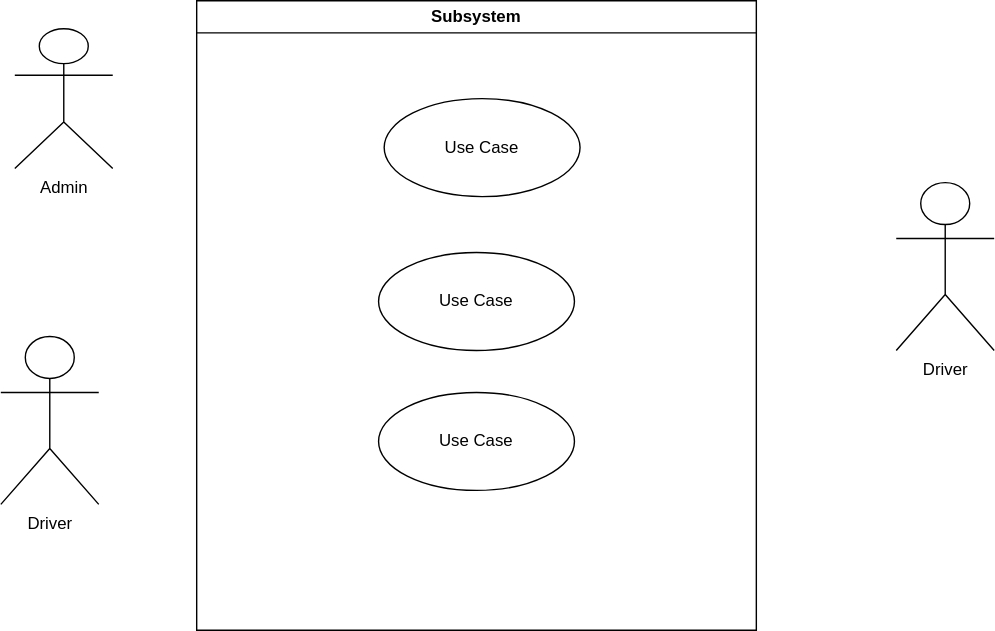
Earlier version of the draw.io export Untitled Diagram.drawio.svg (Iam1ronman/Demo). Source tidied: cells renumbered, new cells last; positions are measured from the earlier drawing's top-left corner, leaving out a move shared by most shapes.
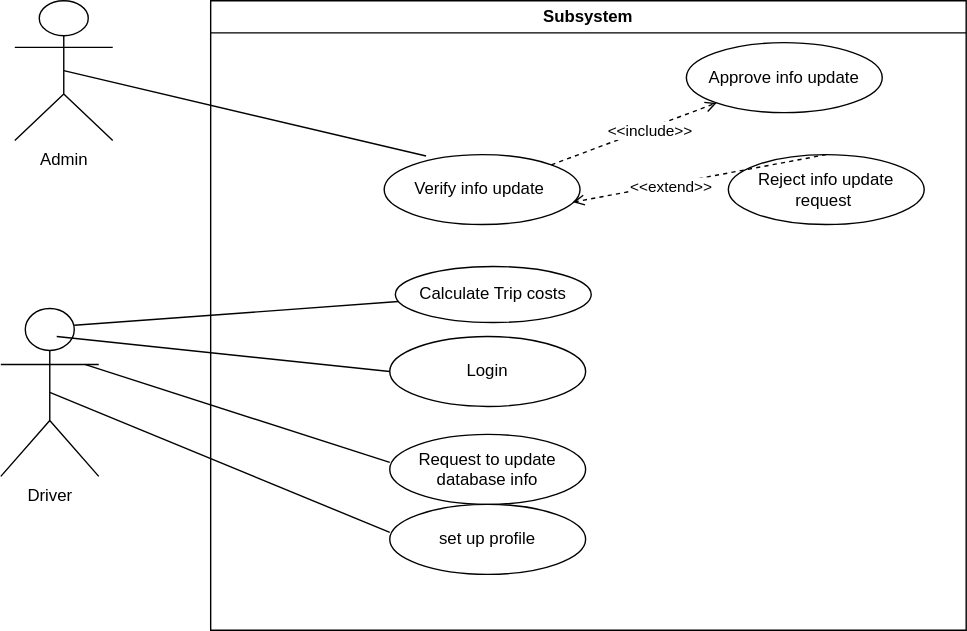
Above is the later version.

Change to the diagram source:
```diff
@@ -9,19 +9,59 @@
       <mxGeometry y="240" width="70" height="120" as="geometry" />
     </mxCell>
     <mxCell id="4" value="Subsystem" style="swimlane;whiteSpace=wrap;html=1;" parent="1" vertex="1">
-      <mxGeometry x="140" width="400" height="450" as="geometry" />
+      <mxGeometry x="150" y="20" width="540" height="450" as="geometry" />
     </mxCell>
-    <mxCell id="5" value="Use Case" style="ellipse;whiteSpace=wrap;html=1;" parent="4" vertex="1">
-      <mxGeometry x="130" y="180" width="140" height="70" as="geometry" />
+    <mxCell id="5" value="Login" style="ellipse;whiteSpace=wrap;html=1;" parent="4" vertex="1">
+      <mxGeometry x="128" y="240" width="140" height="50" as="geometry" />
     </mxCell>
-    <mxCell id="6" value="Use Case" style="ellipse;whiteSpace=wrap;html=1;" parent="4" vertex="1">
-      <mxGeometry x="130" y="280" width="140" height="70" as="geometry" />
+    <mxCell id="6" value="Request to update database info" style="ellipse;whiteSpace=wrap;html=1;" parent="4" vertex="1">
+      <mxGeometry x="128" y="310" width="140" height="50" as="geometry" />
     </mxCell>
-    <mxCell id="7" value="Use Case" style="ellipse;whiteSpace=wrap;html=1;" parent="4" vertex="1">
-      <mxGeometry x="134" y="70" width="140" height="70" as="geometry" />
+    <mxCell id="7" value="Calculate Trip costs" style="ellipse;whiteSpace=wrap;html=1;" parent="4" vertex="1">
+      <mxGeometry x="132" y="190" width="140" height="40" as="geometry" />
     </mxCell>
-    <mxCell id="8" value="Driver" style="shape=umlActor;verticalLabelPosition=bottom;verticalAlign=top;html=1;" parent="1" vertex="1">
-      <mxGeometry x="640" y="130" width="70" height="120" as="geometry" />
-    </mxCell>
+    <mxCell id="9" value="Verify info update&amp;nbsp;" style="ellipse;whiteSpace=wrap;html=1;" parent="4" vertex="1">
+      <mxGeometry x="124" y="110" width="140" height="50" as="geometry" />
+    </mxCell>
+    <mxCell id="10" style="edgeStyle=none;jettySize=auto;html=1;rounded=0;endArrow=none;endFill=0;exitX=0.857;exitY=0.333;exitDx=0;exitDy=0;exitPerimeter=0;" parent="4" edge="1" source="3">
+      <mxGeometry relative="1" as="geometry">
+        <mxPoint x="128" y="330" as="targetPoint" />
+      </mxGeometry>
+    </mxCell>
+    <mxCell id="11" value="Approve info update" style="ellipse;whiteSpace=wrap;html=1;" parent="4" vertex="1">
+      <mxGeometry x="340" y="30" width="140" height="50" as="geometry" />
+    </mxCell>
+    <mxCell id="12" value="Reject info update request&amp;nbsp;" style="ellipse;whiteSpace=wrap;html=1;" parent="4" vertex="1">
+      <mxGeometry x="370" y="110" width="140" height="50" as="geometry" />
+    </mxCell>
+    <mxCell id="13" value="set up profile" style="ellipse;whiteSpace=wrap;html=1;" parent="4" vertex="1">
+      <mxGeometry x="128" y="360" width="140" height="50" as="geometry" />
+    </mxCell>
+    <mxCell id="14" style="jettySize=auto;html=1;rounded=0;exitX=1;exitY=0;exitDx=0;exitDy=0;dashed=1;endArrow=open;endFill=0;" parent="4" edge="1" source="9" target="11">
+      <mxGeometry relative="1" as="geometry" />
+    </mxCell>
+    <mxCell id="15" value="&amp;lt;&amp;lt;include&amp;gt;&amp;gt;" style="edgeLabel;html=1;align=center;verticalAlign=middle;" parent="14" vertex="1">
+      <mxGeometry x="0.17" y="-1" relative="1" as="geometry" />
+    </mxCell>
+    <mxCell id="16" style="edgeStyle=none;jettySize=auto;html=1;rounded=0;entryX=0.964;entryY=0.68;entryDx=0;entryDy=0;entryPerimeter=0;exitX=0.5;exitY=0;exitDx=0;exitDy=0;dashed=1;endArrow=open;endFill=0;" parent="4" edge="1" source="12" target="9">
+      <mxGeometry relative="1" as="geometry" />
+    </mxCell>
+    <mxCell id="17" value="&amp;lt;&amp;lt;extend&amp;gt;&amp;gt;" style="edgeLabel;html=1;align=center;verticalAlign=middle;" parent="16" vertex="1">
+      <mxGeometry x="0.24" y="1" relative="1" as="geometry" />
+    </mxCell>
+    <mxCell id="18" style="edgeStyle=none;jettySize=auto;html=1;rounded=0;endArrow=none;endFill=0;exitX=0.75;exitY=0.1;exitDx=0;exitDy=0;exitPerimeter=0;" parent="1" edge="1" source="3" target="7">
+      <mxGeometry relative="1" as="geometry" />
+    </mxCell>
+    <mxCell id="19" style="edgeStyle=none;jettySize=auto;html=1;rounded=0;endArrow=none;endFill=0;exitX=0.571;exitY=0.167;exitDx=0;exitDy=0;exitPerimeter=0;entryX=0;entryY=0.5;entryDx=0;entryDy=0;" parent="1" edge="1" source="3" target="5">
+      <mxGeometry relative="1" as="geometry" />
+    </mxCell>
+    <mxCell id="20" style="edgeStyle=none;jettySize=auto;html=1;rounded=0;endArrow=none;endFill=0;exitX=0.5;exitY=0.5;exitDx=0;exitDy=0;exitPerimeter=0;entryX=0.214;entryY=0.02;entryDx=0;entryDy=0;entryPerimeter=0;" parent="1" edge="1" source="2" target="9">
+      <mxGeometry relative="1" as="geometry" />
+    </mxCell>
+    <mxCell id="21" style="edgeStyle=none;jettySize=auto;html=1;rounded=0;endArrow=none;endFill=0;exitX=0.5;exitY=0.5;exitDx=0;exitDy=0;exitPerimeter=0;" parent="1" edge="1" source="3">
+      <mxGeometry relative="1" as="geometry">
+        <mxPoint x="278" y="400" as="targetPoint" />
+      </mxGeometry>
+    </mxCell>
   </root>
 </mxGraphModel>
```
